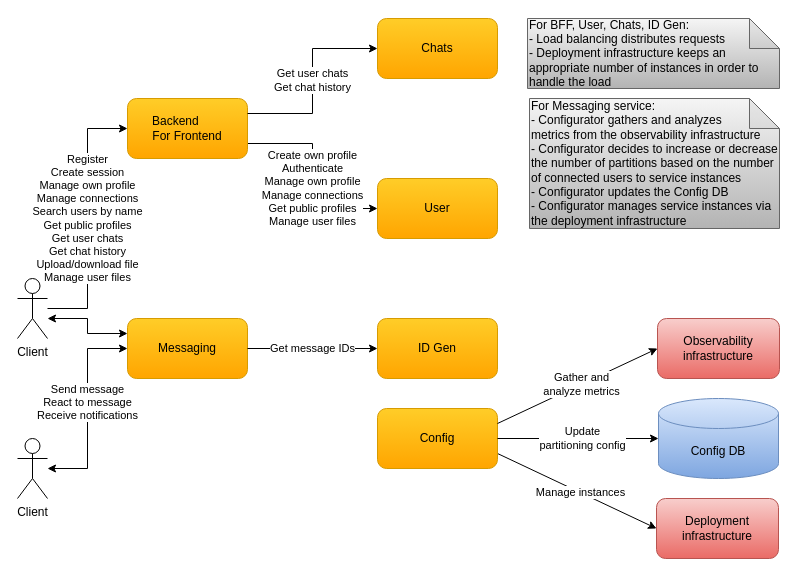
The draw.io diagram docs/diagrams/cecochat-deployment.drawio in cvetomir-todorov/CecoChat, before the edit. Source tidied: cells renumbered, new cells numbered last; positions are measured from the earlier drawing's top-left corner, leaving out a move shared by most shapes. Both pictures are drawn from the tidied source at 100%, with x=0, y=0 at pixel (17, 18).
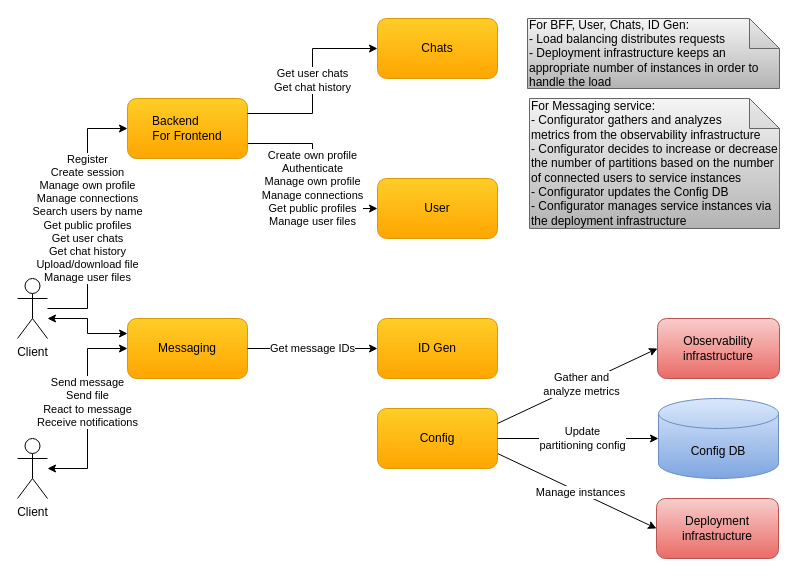
The same diagram, later.

Unchanged cells that the change refers to:
```xml
<mxCell id="9" value="Client" style="shape=umlActor;verticalLabelPosition=bottom;verticalAlign=top;html=1;outlineConnect=0;" parent="1" vertex="1">
  <mxGeometry y="420" width="30" height="60" as="geometry" />
</mxCell>
<mxCell id="10" value="&lt;font style=&quot;font-size: 12px&quot;&gt;Messaging&lt;/font&gt;" style="rounded=1;whiteSpace=wrap;html=1;gradientColor=#ffa500;fillColor=#ffcd28;strokeColor=#d79b00;" parent="1" vertex="1">
  <mxGeometry x="110" y="300" width="120" height="60" as="geometry" />
</mxCell>
```

Diff of the diagram source:
```diff
@@
-    <mxCell id="8" value="Send message&lt;br&gt;React to message&lt;br&gt;Receive notifications" style="edgeStyle=orthogonalEdgeStyle;rounded=0;jettySize=auto;html=1;entryX=0;entryY=0.5;entryDx=0;entryDy=0;startArrow=classic;startFill=1;" parent="1" edge="1" source="9" target="10">
+    <mxCell id="8" value="Send message&lt;br&gt;Send file&lt;br&gt;React to message&lt;br&gt;Receive notifications" style="edgeStyle=orthogonalEdgeStyle;rounded=0;jettySize=auto;html=1;entryX=0;entryY=0.5;entryDx=0;entryDy=0;startArrow=classic;startFill=1;" parent="1" edge="1" source="9" target="10">
       <mxGeometry x="0.06" relative="1" as="geometry">
         <Array as="points">
           <mxPoint x="70" y="450" />
           <mxPoint x="70" y="330" />
         </Array>
       </mxGeometry>
     </mxCell>
```
